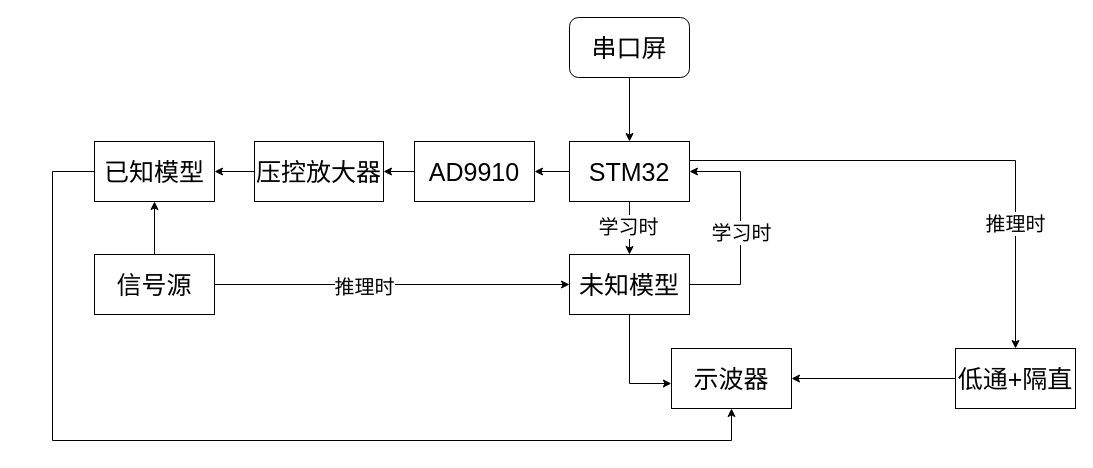
This is 设计报告/系统框图.drawio from NanShanTech/TI_25_G-Circuit_Model_RE, a draw.io file, before an edit. Source tidied: cells renumbered, new cells numbered last; positions are measured from the earlier drawing's top-left corner, leaving out a move shared by most shapes. Both pictures are drawn from the tidied source at 100%, with x=0, y=0 at pixel (52, 17).
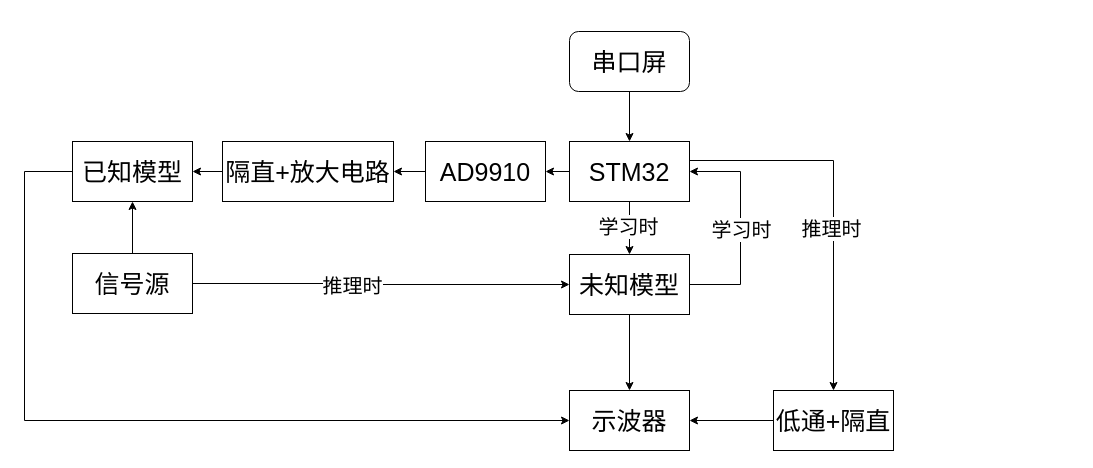
After the change.

The change refers to these unchanged cells:
```xml
<mxCell id="7" value="&lt;font style=&quot;font-size: 25px;&quot;&gt;STM32&lt;/font&gt;" style="rounded=0;whiteSpace=wrap;html=1;" parent="1" vertex="1">
  <mxGeometry x="517" y="124" width="120" height="60" as="geometry" />
</mxCell>
<mxCell id="20" style="edgeStyle=orthogonalEdgeStyle;rounded=0;jettySize=auto;html=1;entryX=1;entryY=0.5;entryDx=0;entryDy=0;" parent="1" edge="1" source="22" target="7">
  <mxGeometry relative="1" as="geometry">
    <Array as="points">
      <mxPoint x="688" y="267" />
      <mxPoint x="688" y="154" />
    </Array>
  </mxGeometry>
</mxCell>
<mxCell id="22" value="&lt;font style=&quot;font-size: 25px;&quot;&gt;未知模型&lt;/font&gt;" style="rounded=0;whiteSpace=wrap;html=1;" parent="1" vertex="1">
  <mxGeometry x="517" y="237" width="120" height="60" as="geometry" />
</mxCell>
```

Change to the diagram source:
```diff
@@
     <mxCell id="5" style="edgeStyle=orthogonalEdgeStyle;rounded=0;jettySize=auto;html=1;entryX=0.5;entryY=0;entryDx=0;entryDy=0;" parent="1" edge="1" source="7" target="24">
       <mxGeometry relative="1" as="geometry">
         <Array as="points">
-          <mxPoint x="963" y="143" />
+          <mxPoint x="781" y="143" />
         </Array>
       </mxGeometry>
     </mxCell>
     <mxCell id="6" value="&lt;font style=&quot;font-size: 20px;&quot;&gt;推理时&lt;/font&gt;" style="edgeLabel;html=1;align=center;verticalAlign=middle;" parent="5" vertex="1">
-      <mxGeometry x="0.51" y="-1" relative="1" as="geometry" />
+      <mxGeometry x="0.51" y="-1" relative="1" as="geometry">
+        <mxPoint x="-2" y="-71" as="offset" />
+      </mxGeometry>
     </mxCell>
@@
-    <mxCell id="8" style="edgeStyle=orthogonalEdgeStyle;rounded=0;jettySize=auto;html=1;entryX=0.5;entryY=1;entryDx=0;entryDy=0;" parent="1" edge="1" source="9" target="25">
+    <mxCell id="8" style="edgeStyle=orthogonalEdgeStyle;rounded=0;jettySize=auto;html=1;entryX=0;entryY=0.5;entryDx=0;entryDy=0;" parent="1" edge="1" source="9" target="25">
       <mxGeometry relative="1" as="geometry">
         <Array as="points">
-          <mxPoint y="154" />
-          <mxPoint y="423" />
-          <mxPoint x="679" y="423" />
+          <mxPoint x="-28" y="154" />
+          <mxPoint x="-28" y="403" />
         </Array>
       </mxGeometry>
     </mxCell>
     <mxCell id="9" value="&lt;font style=&quot;font-size: 25px;&quot;&gt;已知模型&lt;/font&gt;" style="rounded=0;whiteSpace=wrap;html=1;" parent="1" vertex="1">
-      <mxGeometry x="42" y="124" width="120" height="60" as="geometry" />
+      <mxGeometry x="20" y="124" width="120" height="60" as="geometry" />
     </mxCell>
@@
     <mxCell id="11" value="&lt;font style=&quot;font-size: 25px;&quot;&gt;AD9910&lt;/font&gt;" style="rounded=0;whiteSpace=wrap;html=1;" parent="1" vertex="1">
-      <mxGeometry x="362" y="124" width="120" height="60" as="geometry" />
+      <mxGeometry x="373" y="124" width="120" height="60" as="geometry" />
     </mxCell>
@@
-    <mxCell id="13" value="&lt;font style=&quot;font-size: 25px;&quot;&gt;压控放大器&lt;/font&gt;" style="rounded=0;whiteSpace=wrap;html=1;" parent="1" vertex="1">
-      <mxGeometry x="202" y="124" width="129" height="60" as="geometry" />
+    <mxCell id="13" value="&lt;font style=&quot;font-size: 25px;&quot;&gt;隔直+放大电路&lt;/font&gt;" style="rounded=0;whiteSpace=wrap;html=1;" parent="1" vertex="1">
+      <mxGeometry x="170" y="124" width="171" height="60" as="geometry" />
     </mxCell>
@@
     <mxCell id="17" value="&lt;font style=&quot;font-size: 25px;&quot;&gt;信号源&lt;/font&gt;" style="rounded=0;whiteSpace=wrap;html=1;" parent="1" vertex="1">
-      <mxGeometry x="42" y="237" width="120" height="60" as="geometry" />
+      <mxGeometry x="20" y="236" width="120" height="60" as="geometry" />
     </mxCell>
@@
     <mxCell id="19" value="&lt;font style=&quot;font-size: 25px;&quot;&gt;串口屏&lt;/font&gt;" style="rounded=1;whiteSpace=wrap;html=1;" parent="1" vertex="1">
-      <mxGeometry x="517" width="120" height="60" as="geometry" />
+      <mxGeometry x="517" y="14" width="120" height="60" as="geometry" />
     </mxCell>
@@
     <mxCell id="21" value="&lt;font style=&quot;font-size: 20px;&quot;&gt;学习时&lt;/font&gt;" style="edgeLabel;html=1;align=center;verticalAlign=middle;" parent="20" vertex="1">
-      <mxGeometry x="-0.03" relative="1" as="geometry" />
+      <mxGeometry x="-0.03" relative="1" as="geometry">
+        <mxPoint y="-3" as="offset" />
+      </mxGeometry>
     </mxCell>
+    <mxCell id="26" style="edgeStyle=orthogonalEdgeStyle;rounded=0;jettySize=auto;html=1;" parent="1" edge="1" source="22" target="25">
+      <mxGeometry relative="1" as="geometry" />
+    </mxCell>
@@
-    <mxCell id="23" style="edgeStyle=orthogonalEdgeStyle;rounded=0;jettySize=auto;html=1;entryX=1;entryY=0.5;entryDx=0;entryDy=0;" parent="1" edge="1" source="24" target="25">
+    <mxCell id="23" style="edgeStyle=orthogonalEdgeStyle;rounded=0;jettySize=auto;html=1;" parent="1" edge="1" source="24" target="25">
       <mxGeometry relative="1" as="geometry" />
     </mxCell>
     <mxCell id="24" value="&lt;font style=&quot;font-size: 25px;&quot;&gt;低通+隔直&lt;/font&gt;" style="rounded=0;whiteSpace=wrap;html=1;" parent="1" vertex="1">
-      <mxGeometry x="903" y="331" width="120" height="60" as="geometry" />
+      <mxGeometry x="721" y="373" width="120" height="60" as="geometry" />
     </mxCell>
     <mxCell id="25" value="&lt;font style=&quot;font-size: 25px;&quot;&gt;示波器&lt;/font&gt;" style="rounded=0;whiteSpace=wrap;html=1;" parent="1" vertex="1">
-      <mxGeometry x="619" y="331" width="120" height="60" as="geometry" />
+      <mxGeometry x="517" y="373" width="120" height="60" as="geometry" />
     </mxCell>
-    <mxCell id="26" style="edgeStyle=orthogonalEdgeStyle;rounded=0;jettySize=auto;html=1;entryX=-0.001;entryY=0.584;entryDx=0;entryDy=0;entryPerimeter=0;" parent="1" edge="1" source="22" target="25">
-      <mxGeometry relative="1" as="geometry" />
-    </mxCell>
```
